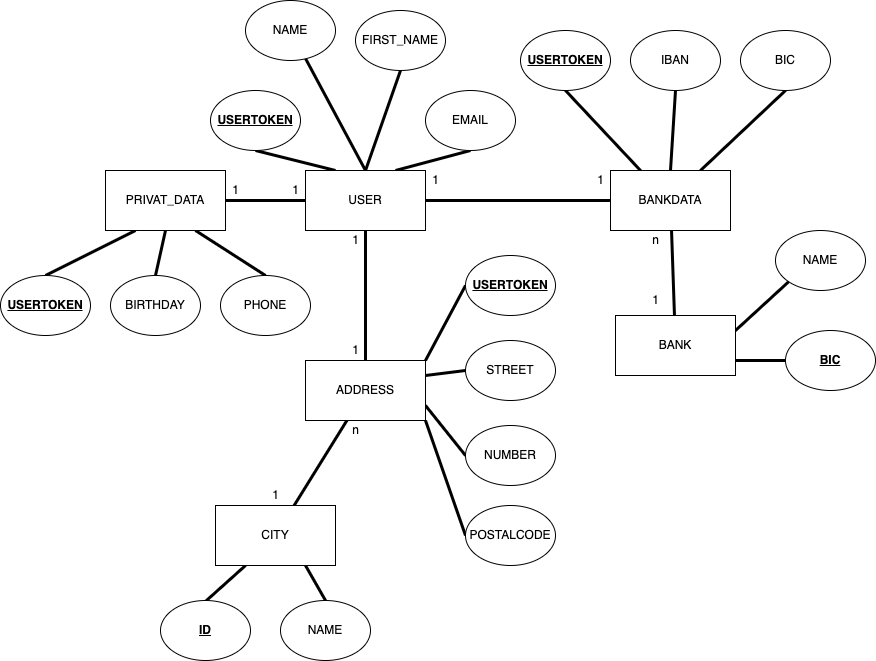
Above: Docs/User_ER_Diagramm.drawio.png in Xeferis/Webform_Erasmus (draw.io), before the change. Source tidied: cells renumbered, new cells last; positions are measured from the earlier drawing's top-left corner, leaving out a move shared by most shapes.
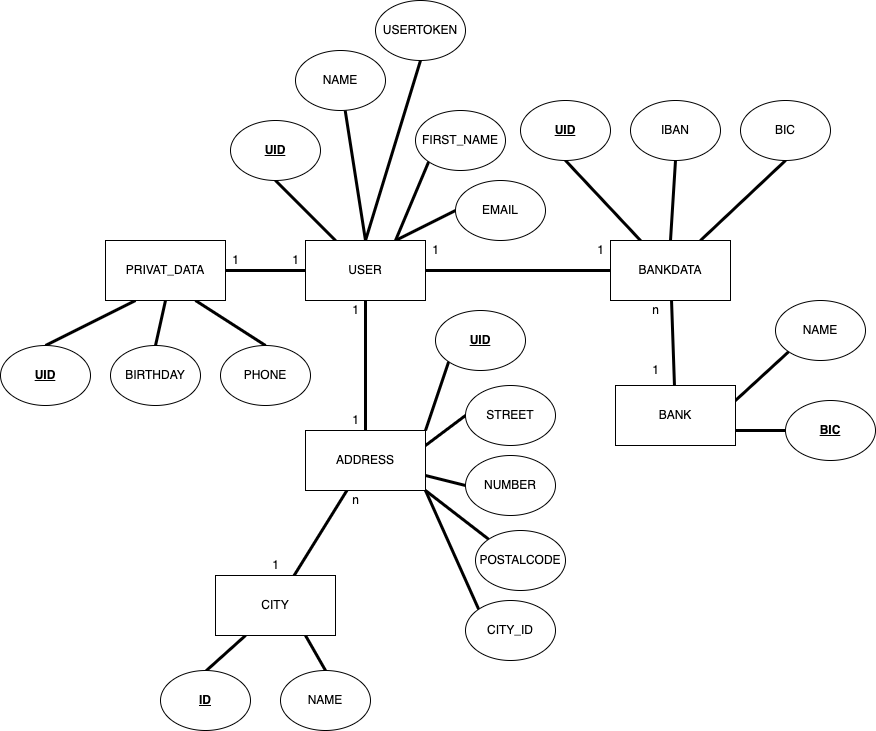
The same file after the commit.

The edit, as a diff of the source:
```diff
@@ -17,12 +17,15 @@
     <mxCell id="6" style="edgeStyle=none;html=1;exitX=0.5;exitY=0;exitDx=0;exitDy=0;strokeWidth=3;endArrow=none;endFill=0;" parent="1" edge="1" source="9" target="48">
       <mxGeometry relative="1" as="geometry" />
     </mxCell>
-    <mxCell id="7" style="edgeStyle=none;html=1;exitX=0.5;exitY=0;exitDx=0;exitDy=0;entryX=0.5;entryY=1;entryDx=0;entryDy=0;strokeWidth=3;endArrow=none;endFill=0;" parent="1" edge="1" source="9" target="49">
+    <mxCell id="7" style="edgeStyle=none;html=1;exitX=0.75;exitY=0;exitDx=0;exitDy=0;entryX=0;entryY=1;entryDx=0;entryDy=0;strokeWidth=3;endArrow=none;endFill=0;" parent="1" edge="1" source="9" target="49">
       <mxGeometry relative="1" as="geometry" />
     </mxCell>
-    <mxCell id="8" style="edgeStyle=none;html=1;exitX=0.75;exitY=0;exitDx=0;exitDy=0;entryX=0.5;entryY=1;entryDx=0;entryDy=0;strokeWidth=3;endArrow=none;endFill=0;" parent="1" edge="1" source="9" target="50">
+    <mxCell id="8" style="edgeStyle=none;html=1;exitX=0.75;exitY=0;exitDx=0;exitDy=0;entryX=0;entryY=0.5;entryDx=0;entryDy=0;strokeWidth=3;endArrow=none;endFill=0;" parent="1" edge="1" source="9" target="50">
       <mxGeometry relative="1" as="geometry" />
     </mxCell>
+    <mxCell id="59" style="edgeStyle=none;html=1;exitX=0.5;exitY=0;exitDx=0;exitDy=0;entryX=0.5;entryY=1;entryDx=0;entryDy=0;endArrow=none;endFill=0;strokeWidth=3;" parent="1" edge="1" source="9" target="60">
+      <mxGeometry relative="1" as="geometry" />
+    </mxCell>
     <mxCell id="9" value="USER" style="rounded=0;whiteSpace=wrap;html=1;" parent="1" vertex="1">
       <mxGeometry x="305" y="170" width="120" height="60" as="geometry" />
     </mxCell>
@@ -65,7 +68,7 @@
     <mxCell id="22" style="edgeStyle=none;html=1;strokeWidth=3;endArrow=none;endFill=0;" parent="1" edge="1" source="27" target="32">
       <mxGeometry relative="1" as="geometry" />
     </mxCell>
-    <mxCell id="23" style="edgeStyle=none;html=1;exitX=1;exitY=1;exitDx=0;exitDy=0;entryX=0;entryY=0.5;entryDx=0;entryDy=0;strokeWidth=3;endArrow=none;endFill=0;" parent="1" edge="1" source="27" target="56">
+    <mxCell id="23" style="edgeStyle=none;html=1;exitX=1;exitY=1;exitDx=0;exitDy=0;entryX=0;entryY=0;entryDx=0;entryDy=0;strokeWidth=3;endArrow=none;endFill=0;" parent="1" edge="1" source="27" target="56">
       <mxGeometry relative="1" as="geometry" />
     </mxCell>
     <mxCell id="24" style="edgeStyle=none;html=1;exitX=1;exitY=0.75;exitDx=0;exitDy=0;entryX=0;entryY=0.5;entryDx=0;entryDy=0;strokeWidth=3;endArrow=none;endFill=0;" parent="1" edge="1" source="27" target="55">
@@ -74,7 +77,7 @@
     <mxCell id="25" style="edgeStyle=none;html=1;exitX=1;exitY=0.25;exitDx=0;exitDy=0;entryX=0;entryY=0.5;entryDx=0;entryDy=0;strokeWidth=3;endArrow=none;endFill=0;" parent="1" edge="1" source="27" target="53">
       <mxGeometry relative="1" as="geometry" />
     </mxCell>
-    <mxCell id="26" style="edgeStyle=none;html=1;exitX=1;exitY=0;exitDx=0;exitDy=0;entryX=0;entryY=0.5;entryDx=0;entryDy=0;strokeWidth=3;endArrow=none;endFill=0;" parent="1" edge="1" source="27" target="54">
+    <mxCell id="26" style="edgeStyle=none;html=1;exitX=1;exitY=0;exitDx=0;exitDy=0;entryX=0;entryY=1;entryDx=0;entryDy=0;strokeWidth=3;endArrow=none;endFill=0;" parent="1" edge="1" source="27" target="54">
       <mxGeometry relative="1" as="geometry" />
     </mxCell>
     <mxCell id="27" value="ADDRESS" style="whiteSpace=wrap;html=1;rounded=0;" parent="1" vertex="1">
@@ -119,7 +122,7 @@
     <mxCell id="40" value="1" style="text;html=1;align=center;verticalAlign=middle;strokeColor=none;fillColor=none;" parent="1" vertex="1">
       <mxGeometry x="220" y="175" width="30" height="30" as="geometry" />
     </mxCell>
-    <mxCell id="41" value="&lt;u&gt;&lt;b&gt;USERTOKEN&lt;/b&gt;&lt;/u&gt;" style="ellipse;whiteSpace=wrap;html=1;" parent="1" vertex="1">
+    <mxCell id="41" value="&lt;u&gt;&lt;b&gt;UID&lt;/b&gt;&lt;/u&gt;" style="ellipse;whiteSpace=wrap;html=1;" parent="1" vertex="1">
       <mxGeometry y="275" width="90" height="60" as="geometry" />
     </mxCell>
     <mxCell id="42" value="BIRTHDAY" style="ellipse;whiteSpace=wrap;html=1;" parent="1" vertex="1">
@@ -128,7 +131,7 @@
     <mxCell id="43" value="PHONE" style="ellipse;whiteSpace=wrap;html=1;" parent="1" vertex="1">
       <mxGeometry x="220" y="275" width="90" height="60" as="geometry" />
     </mxCell>
-    <mxCell id="44" value="&lt;u&gt;&lt;b&gt;USERTOKEN&lt;/b&gt;&lt;/u&gt;" style="ellipse;whiteSpace=wrap;html=1;" parent="1" vertex="1">
+    <mxCell id="44" value="&lt;u&gt;&lt;b&gt;UID&lt;/b&gt;&lt;/u&gt;" style="ellipse;whiteSpace=wrap;html=1;" parent="1" vertex="1">
       <mxGeometry x="520" y="30" width="90" height="60" as="geometry" />
     </mxCell>
     <mxCell id="45" value="IBAN" style="ellipse;whiteSpace=wrap;html=1;" parent="1" vertex="1">
@@ -137,17 +140,17 @@
     <mxCell id="46" value="BIC" style="ellipse;whiteSpace=wrap;html=1;" parent="1" vertex="1">
       <mxGeometry x="740" y="30" width="90" height="60" as="geometry" />
     </mxCell>
-    <mxCell id="47" value="&lt;u&gt;&lt;b&gt;USERTOKEN&lt;/b&gt;&lt;/u&gt;" style="ellipse;whiteSpace=wrap;html=1;" parent="1" vertex="1">
-      <mxGeometry x="210" y="90" width="90" height="60" as="geometry" />
+    <mxCell id="47" value="&lt;u&gt;&lt;b&gt;UID&lt;/b&gt;&lt;/u&gt;" style="ellipse;whiteSpace=wrap;html=1;" parent="1" vertex="1">
+      <mxGeometry x="230" y="50" width="90" height="60" as="geometry" />
     </mxCell>
     <mxCell id="48" value="NAME" style="ellipse;whiteSpace=wrap;html=1;" parent="1" vertex="1">
-      <mxGeometry x="245" width="90" height="60" as="geometry" />
+      <mxGeometry x="295" y="-20" width="90" height="60" as="geometry" />
     </mxCell>
     <mxCell id="49" value="FIRST_NAME" style="ellipse;whiteSpace=wrap;html=1;" parent="1" vertex="1">
-      <mxGeometry x="355" y="10" width="90" height="60" as="geometry" />
+      <mxGeometry x="415" y="40" width="90" height="60" as="geometry" />
     </mxCell>
     <mxCell id="50" value="EMAIL" style="ellipse;whiteSpace=wrap;html=1;" parent="1" vertex="1">
-      <mxGeometry x="425" y="90" width="90" height="60" as="geometry" />
+      <mxGeometry x="455" y="110" width="90" height="60" as="geometry" />
     </mxCell>
     <mxCell id="51" value="&lt;b&gt;&lt;u&gt;BIC&lt;/u&gt;&lt;/b&gt;" style="ellipse;whiteSpace=wrap;html=1;" parent="1" vertex="1">
       <mxGeometry x="785" y="330" width="90" height="60" as="geometry" />
@@ -156,16 +159,16 @@
       <mxGeometry x="775" y="230" width="90" height="60" as="geometry" />
     </mxCell>
     <mxCell id="53" value="STREET" style="ellipse;whiteSpace=wrap;html=1;" parent="1" vertex="1">
-      <mxGeometry x="465" y="340" width="90" height="60" as="geometry" />
+      <mxGeometry x="465" y="315" width="90" height="60" as="geometry" />
     </mxCell>
-    <mxCell id="54" value="&lt;b style=&quot;&quot;&gt;&lt;u style=&quot;&quot;&gt;USERTOKEN&lt;/u&gt;&lt;/b&gt;" style="ellipse;whiteSpace=wrap;html=1;" parent="1" vertex="1">
-      <mxGeometry x="465" y="255" width="90" height="60" as="geometry" />
+    <mxCell id="54" value="&lt;b style=&quot;&quot;&gt;&lt;u style=&quot;&quot;&gt;UID&lt;/u&gt;&lt;/b&gt;" style="ellipse;whiteSpace=wrap;html=1;" parent="1" vertex="1">
+      <mxGeometry x="435" y="240" width="90" height="60" as="geometry" />
     </mxCell>
     <mxCell id="55" value="NUMBER" style="ellipse;whiteSpace=wrap;html=1;" parent="1" vertex="1">
-      <mxGeometry x="465" y="425" width="90" height="60" as="geometry" />
+      <mxGeometry x="465" y="385" width="90" height="60" as="geometry" />
     </mxCell>
     <mxCell id="56" value="POSTALCODE" style="ellipse;whiteSpace=wrap;html=1;" parent="1" vertex="1">
-      <mxGeometry x="465" y="505" width="90" height="60" as="geometry" />
+      <mxGeometry x="475" y="460" width="90" height="60" as="geometry" />
     </mxCell>
     <mxCell id="57" value="NAME" style="ellipse;whiteSpace=wrap;html=1;" parent="1" vertex="1">
       <mxGeometry x="280" y="600" width="90" height="60" as="geometry" />
@@ -173,5 +176,14 @@
     <mxCell id="58" value="&lt;b&gt;&lt;u&gt;ID&lt;/u&gt;&lt;/b&gt;" style="ellipse;whiteSpace=wrap;html=1;" parent="1" vertex="1">
       <mxGeometry x="160" y="600" width="90" height="60" as="geometry" />
     </mxCell>
+    <mxCell id="60" value="USERTOKEN" style="ellipse;whiteSpace=wrap;html=1;" parent="1" vertex="1">
+      <mxGeometry x="375" y="-70" width="90" height="60" as="geometry" />
+    </mxCell>
+    <mxCell id="61" style="edgeStyle=none;html=1;exitX=0;exitY=0;exitDx=0;exitDy=0;entryX=1;entryY=1;entryDx=0;entryDy=0;strokeWidth=3;endArrow=none;endFill=0;" parent="1" edge="1" source="62" target="27">
+      <mxGeometry relative="1" as="geometry" />
+    </mxCell>
+    <mxCell id="62" value="CITY_ID" style="ellipse;whiteSpace=wrap;html=1;" parent="1" vertex="1">
+      <mxGeometry x="465" y="530" width="90" height="60" as="geometry" />
+    </mxCell>
   </root>
 </mxGraphModel>
```
